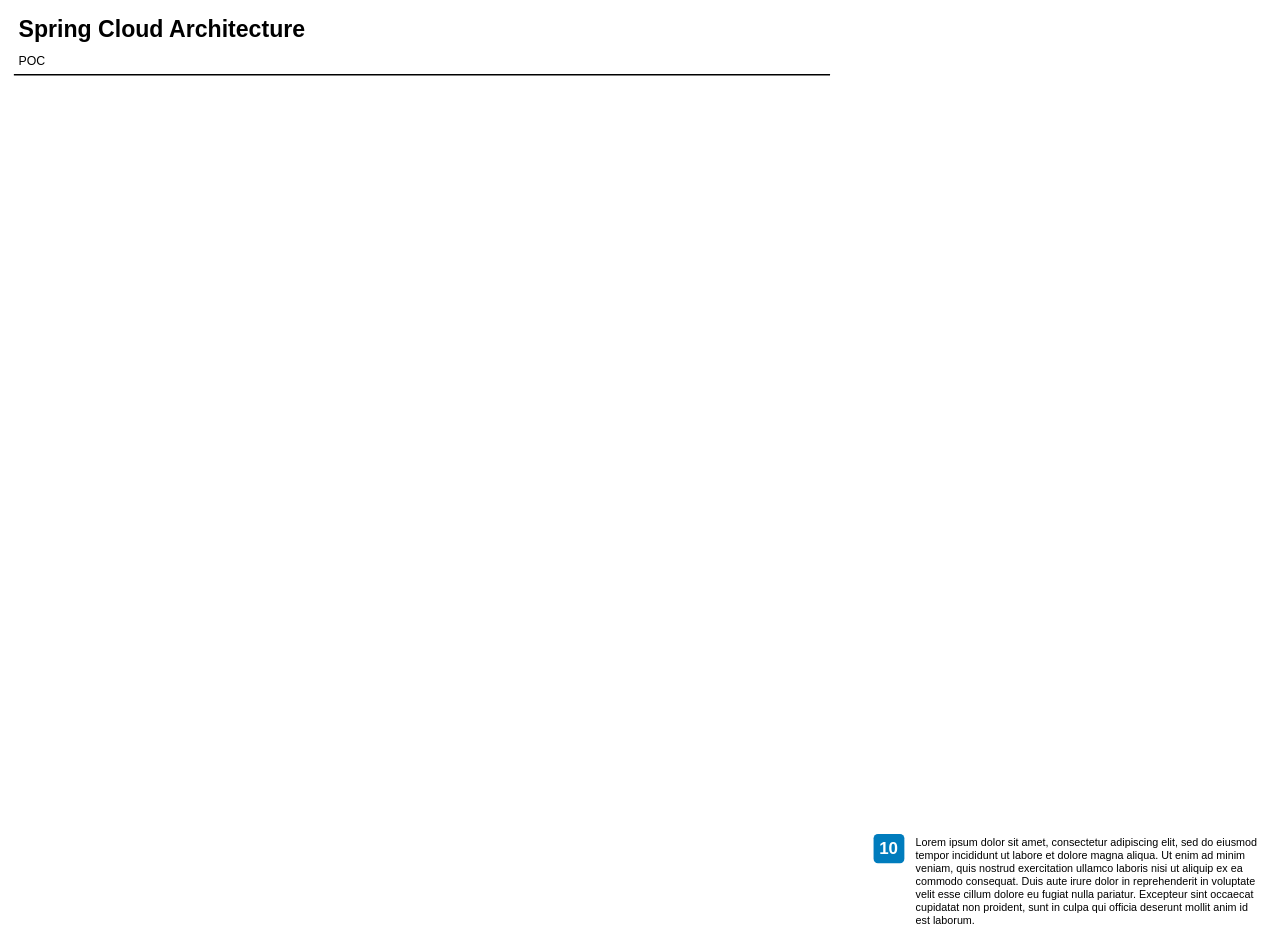
stefanbertos/spring-cloud keeps this draw.io diagram as Untitled Diagram.drawio. Above is the earlier version. Source tidied: cells renumbered, new cells numbered last; positions are measured from the earlier drawing's top-left corner, leaving out a move shared by most shapes. Both pictures are drawn from the tidied source at 77%, with x=0, y=0 at pixel (13, 12).
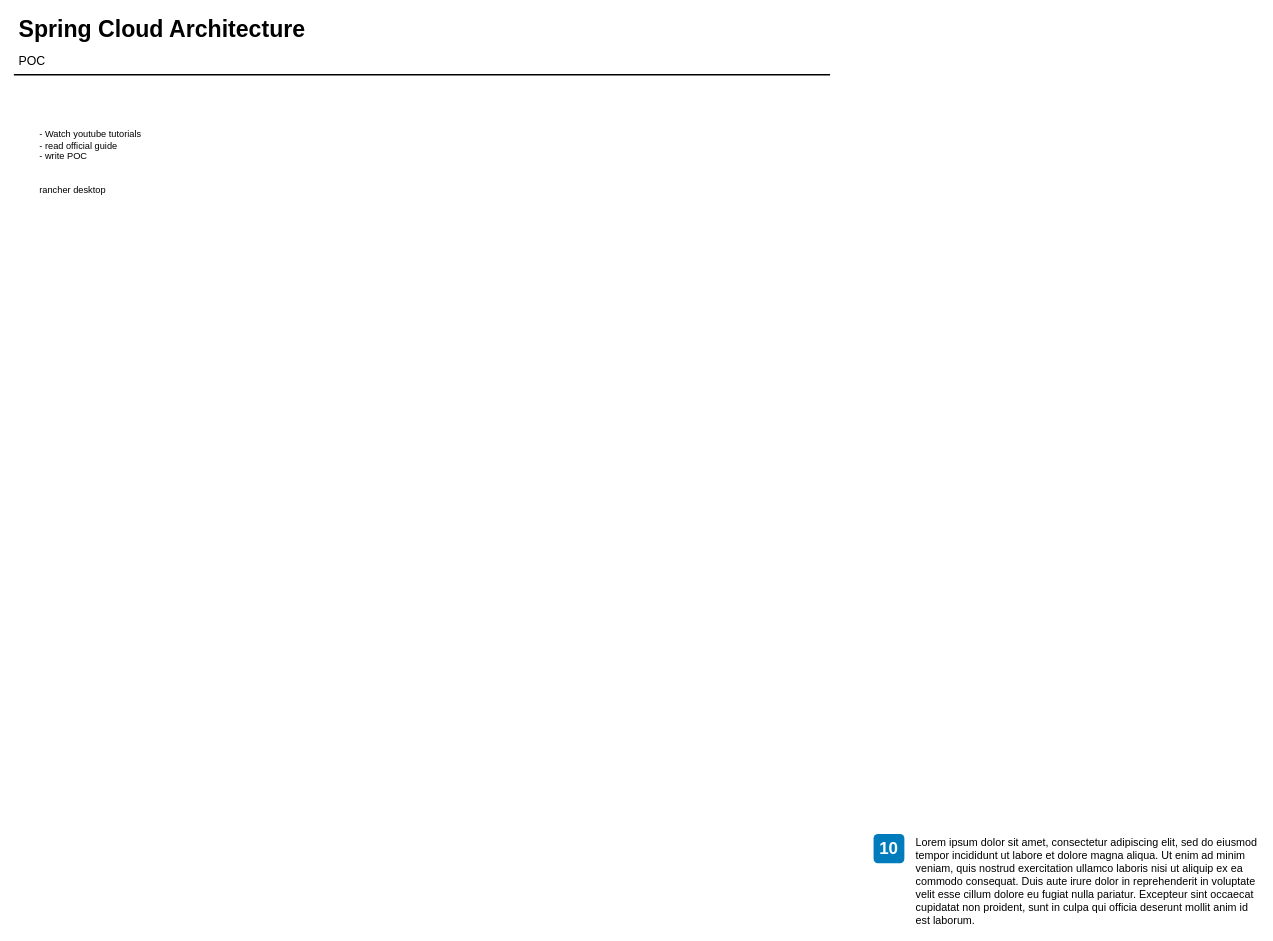
After the change.

The edit, as a diff of the source:
```diff
@@
 <mxGraphModel>
   <root>
     <mxCell id="0" />
     <mxCell id="1" parent="0" />
     <mxCell id="2" value="Spring Cloud Architecture" style="text;html=1;align=left;verticalAlign=top;spacingTop=-4;fontSize=30;fontStyle=1;" parent="1" vertex="1">
       <mxGeometry x="4.5" y="0.5" width="360" height="40" as="geometry" />
     </mxCell>
     <mxCell id="3" value="POC" style="text;html=1;align=left;verticalAlign=top;spacingTop=-4;fontSize=16;" parent="1" vertex="1">
       <mxGeometry x="4.5" y="50.5" width="60" height="30" as="geometry" />
     </mxCell>
     <mxCell id="4" style="line;strokeWidth=2;html=1;fontSize=14;" parent="1" vertex="1">
       <mxGeometry x="0.5" y="75.5" width="1060" height="10" as="geometry" />
     </mxCell>
     <mxCell id="5" value="10" style="rounded=1;whiteSpace=wrap;html=1;fillColor=#007CBD;strokeColor=none;fontColor=#FFFFFF;fontStyle=1;fontSize=22;labelBackgroundColor=none;" parent="1" vertex="1">
       <mxGeometry x="1117" y="1066.5" width="40" height="38" as="geometry" />
     </mxCell>
     <mxCell id="6" value="&lt;span&gt;Lorem ipsum dolor sit amet, consectetur adipiscing elit, sed do eiusmod tempor incididunt ut labore et dolore magna aliqua. Ut enim ad minim veniam, quis nostrud exercitation ullamco laboris nisi ut aliquip ex ea commodo consequat. Duis aute irure dolor in reprehenderit in voluptate velit esse cillum dolore eu fugiat nulla pariatur. Excepteur sint occaecat cupidatat non proident, sunt in culpa qui officia deserunt mollit anim id est laborum.&lt;/span&gt;&lt;br&gt;" style="text;html=1;align=left;verticalAlign=top;spacingTop=-4;fontSize=14;labelBackgroundColor=none;whiteSpace=wrap;" parent="1" vertex="1">
       <mxGeometry x="1169.5" y="1067" width="449" height="115" as="geometry" />
     </mxCell>
+    <mxCell id="7" value="- Watch youtube tutorials&lt;div&gt;- read official guide&lt;/div&gt;&lt;div&gt;- write POC&lt;/div&gt;&lt;div&gt;&lt;br&gt;&lt;/div&gt;&lt;div&gt;&lt;br&gt;&lt;/div&gt;&lt;div&gt;rancher desktop&lt;br&gt;&lt;div&gt;&lt;br&gt;&lt;/div&gt;&lt;/div&gt;" style="text;strokeColor=none;fillColor=none;align=left;verticalAlign=middle;spacingLeft=4;spacingRight=4;overflow=hidden;whiteSpace=wrap;html=1;" parent="1" vertex="1">
+      <mxGeometry x="28" y="136" width="220" height="130" as="geometry" />
+    </mxCell>
   </root>
 </mxGraphModel>
```
